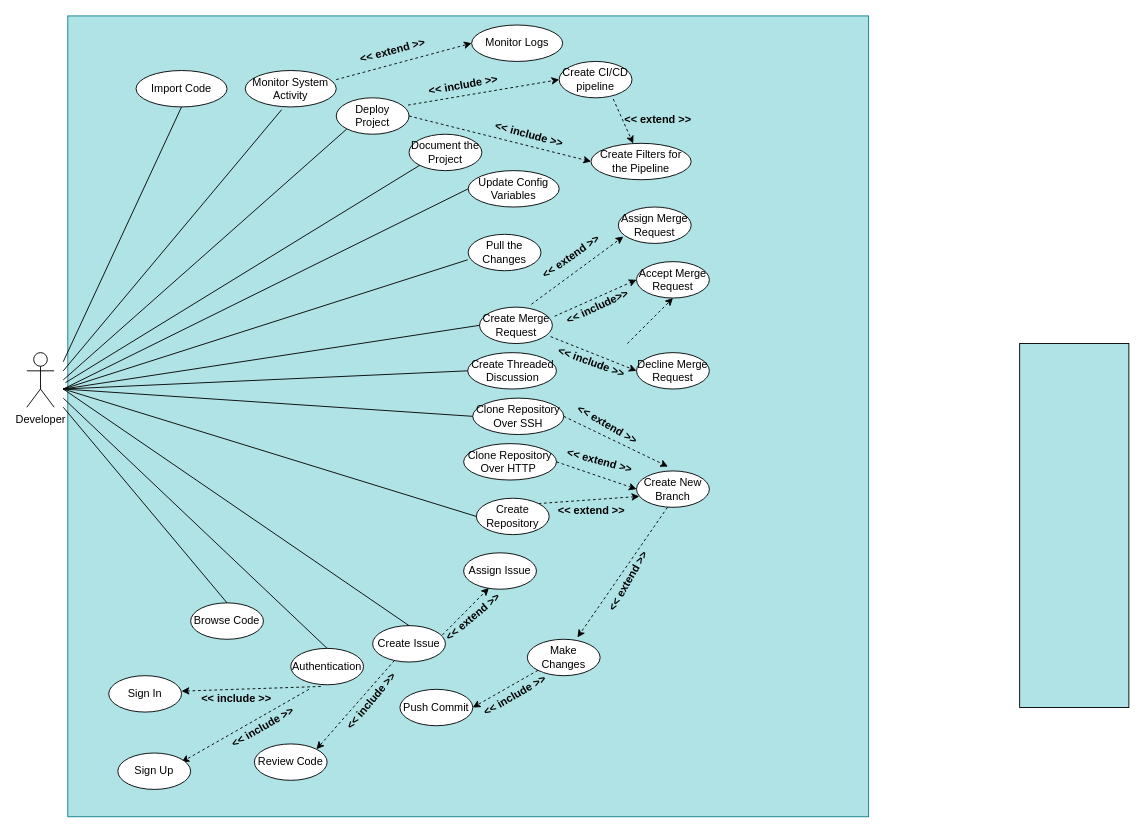
NasuhDincer/Lab keeps this draw.io diagram as Başlıksız Diyagram.drawio. Above is the earlier version. Source tidied: cells renumbered, new cells numbered last; positions are measured from the earlier drawing's top-left corner, leaving out a move shared by most shapes. Both pictures are drawn from the tidied source at 91%, with x=0, y=0 at pixel (26, 15).
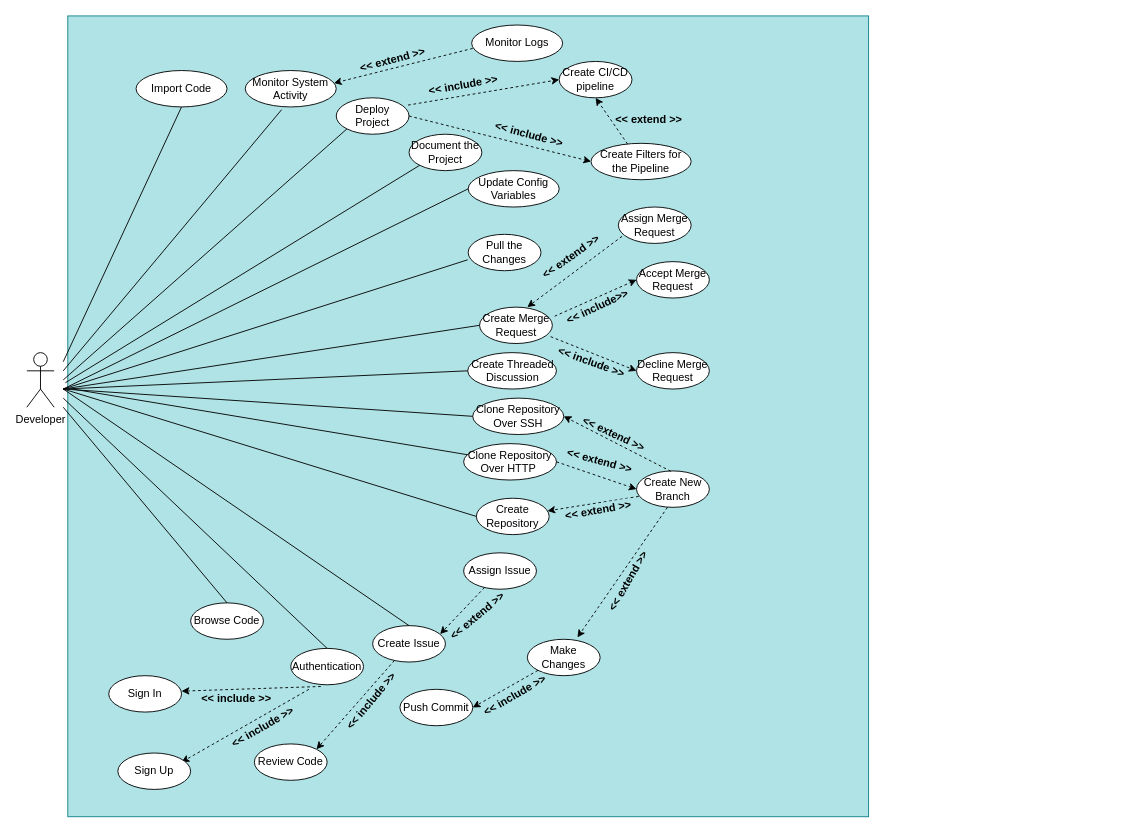
The same diagram, later.

The change refers to these unchanged cells:
```xml
<mxCell id="6" value="Create Repository" style="ellipse;whiteSpace=wrap;html=1;" parent="1" vertex="1">
  <mxGeometry x="494" y="530" width="80" height="40" as="geometry" />
</mxCell>
<mxCell id="10" value="Create New Branch" style="ellipse;whiteSpace=wrap;html=1;" parent="1" vertex="1">
  <mxGeometry x="670" y="500" width="80" height="40" as="geometry" />
</mxCell>
<mxCell id="12" value="Assign Merge Request" style="ellipse;whiteSpace=wrap;html=1;" parent="1" vertex="1">
  <mxGeometry x="650" y="210" width="80" height="40" as="geometry" />
</mxCell>
<mxCell id="13" value="Monitor System Activity" style="ellipse;whiteSpace=wrap;html=1;" parent="1" vertex="1">
  <mxGeometry x="240" y="60" width="100" height="40" as="geometry" />
</mxCell>
<mxCell id="15" value="Create Merge Request" style="ellipse;whiteSpace=wrap;html=1;" parent="1" vertex="1">
  <mxGeometry x="497.5" y="320" width="80" height="40" as="geometry" />
</mxCell>
<mxCell id="16" value="Create Issue" style="ellipse;whiteSpace=wrap;html=1;" parent="1" vertex="1">
  <mxGeometry x="380" y="670" width="80" height="40" as="geometry" />
</mxCell>
<mxCell id="17" value="Assign Issue" style="ellipse;whiteSpace=wrap;html=1;" parent="1" vertex="1">
  <mxGeometry x="480" y="590" width="80" height="40" as="geometry" />
</mxCell>
<mxCell id="18" value="Clone Repository Over SSH" style="ellipse;whiteSpace=wrap;html=1;" parent="1" vertex="1">
  <mxGeometry x="490" y="420" width="100" height="40" as="geometry" />
</mxCell>
<mxCell id="21" value="Create CI/CD pipeline" style="ellipse;whiteSpace=wrap;html=1;" parent="1" vertex="1">
  <mxGeometry x="585" y="50" width="80" height="40" as="geometry" />
</mxCell>
<mxCell id="41" value="Clone Repository Over HTTP&amp;nbsp;" style="ellipse;whiteSpace=wrap;html=1;" parent="1" vertex="1">
  <mxGeometry x="480" y="470" width="102" height="40" as="geometry" />
</mxCell>
<mxCell id="66" value="Create Filters for the Pipeline" style="ellipse;whiteSpace=wrap;html=1;" parent="1" vertex="1">
  <mxGeometry x="620" y="140" width="110" height="40" as="geometry" />
</mxCell>
<mxCell id="72" value="Monitor Logs" style="ellipse;whiteSpace=wrap;html=1;" parent="1" vertex="1">
  <mxGeometry x="488.8" y="10" width="100" height="40" as="geometry" />
</mxCell>
```

The edit, as a diff of the source:
```diff
@@
-    <mxCell id="5" style="rounded=0;jettySize=auto;html=1;exitX=1;exitY=0;exitDx=0;exitDy=0;entryX=0.038;entryY=0.7;entryDx=0;entryDy=0;dashed=1;entryPerimeter=0;" parent="1" edge="1" source="6" target="10">
+    <mxCell id="5" style="rounded=0;jettySize=auto;html=1;exitX=0.03;exitY=0.7;exitDx=0;exitDy=0;dashed=1;exitPerimeter=0;" parent="1" edge="1" source="10" target="6">
       <mxGeometry relative="1" as="geometry" />
     </mxCell>
@@
     <mxCell id="40" value="&lt;span style=&quot;color: rgb(0, 0, 0); font-family: Helvetica; font-size: 12px; font-style: normal; font-variant-ligatures: normal; font-variant-caps: normal; letter-spacing: normal; orphans: 2; text-align: center; text-indent: 0px; text-transform: none; widows: 2; word-spacing: 0px; -webkit-text-stroke-width: 0px; text-decoration-thickness: initial; text-decoration-style: initial; text-decoration-color: initial; float: none; background-color: rgb(176, 227, 230); display: inline !important;&quot;&gt;&lt;b&gt;&amp;lt;&amp;lt; extend &amp;gt;&amp;gt;&lt;/b&gt;&lt;/span&gt;" style="text;whiteSpace=wrap;html=1;rotation=15;" parent="1" vertex="1">
-      <mxGeometry x="588.8" y="480" width="112.5" height="40" as="geometry" />
+      <mxGeometry x="591.9" y="476.3" width="81.2" height="20" as="geometry" />
     </mxCell>
@@
-    <mxCell id="43" value="&lt;span style=&quot;color: rgb(0, 0, 0); font-family: Helvetica; font-size: 12px; font-style: normal; font-variant-ligatures: normal; font-variant-caps: normal; letter-spacing: normal; orphans: 2; text-align: center; text-indent: 0px; text-transform: none; widows: 2; word-spacing: 0px; -webkit-text-stroke-width: 0px; text-decoration-thickness: initial; text-decoration-style: initial; text-decoration-color: initial; float: none; background-color: rgb(176, 227, 230); display: inline !important;&quot;&gt;&lt;b&gt;&amp;lt;&amp;lt; extend &amp;gt;&amp;gt;&lt;/b&gt;&lt;/span&gt;" style="text;whiteSpace=wrap;html=1;rotation=0;" parent="1" vertex="1">
-      <mxGeometry x="582" y="530" width="100" height="40" as="geometry" />
+    <mxCell id="43" value="&lt;span style=&quot;color: rgb(0, 0, 0); font-family: Helvetica; font-size: 12px; font-style: normal; font-variant-ligatures: normal; font-variant-caps: normal; letter-spacing: normal; orphans: 2; text-align: center; text-indent: 0px; text-transform: none; widows: 2; word-spacing: 0px; -webkit-text-stroke-width: 0px; text-decoration-thickness: initial; text-decoration-style: initial; text-decoration-color: initial; float: none; background-color: rgb(176, 227, 230); display: inline !important;&quot;&gt;&lt;b&gt;&amp;lt;&amp;lt; extend &amp;gt;&amp;gt;&lt;/b&gt;&lt;/span&gt;" style="text;whiteSpace=wrap;html=1;rotation=-10;" parent="1" vertex="1">
+      <mxGeometry x="588.5" y="530" width="78" height="20" as="geometry" />
     </mxCell>
@@
-    <mxCell id="50" style="endArrow=classic;html=1;rounded=0;entryX=1;entryY=0;entryDx=0;entryDy=0;exitX=1;exitY=0.5;exitDx=0;exitDy=0;dashed=1;" parent="1" edge="1" source="18" target="40">
-      <mxGeometry relative="1" as="geometry" />
-    </mxCell>
-    <mxCell id="51" value="&lt;span style=&quot;color: rgb(0, 0, 0); font-family: Helvetica; font-size: 12px; font-style: normal; font-variant-ligatures: normal; font-variant-caps: normal; letter-spacing: normal; orphans: 2; text-align: center; text-indent: 0px; text-transform: none; widows: 2; word-spacing: 0px; -webkit-text-stroke-width: 0px; text-decoration-thickness: initial; text-decoration-style: initial; text-decoration-color: initial; float: none; display: inline !important;&quot;&gt;&lt;b style=&quot;&quot;&gt;&amp;lt;&amp;lt; extend &amp;gt;&amp;gt;&lt;/b&gt;&lt;/span&gt;" style="text;whiteSpace=wrap;html=1;rotation=30;" parent="1" vertex="1">
-      <mxGeometry x="595" y="440" width="100" height="40" as="geometry" />
+    <mxCell id="51" value="&lt;span style=&quot;color: rgb(0, 0, 0); font-family: Helvetica; font-size: 12px; font-style: normal; font-variant-ligatures: normal; font-variant-caps: normal; letter-spacing: normal; orphans: 2; text-align: center; text-indent: 0px; text-transform: none; widows: 2; word-spacing: 0px; -webkit-text-stroke-width: 0px; text-decoration-thickness: initial; text-decoration-style: initial; text-decoration-color: initial; float: none; display: inline !important;&quot;&gt;&lt;b style=&quot;&quot;&gt;&amp;lt;&amp;lt; extend &amp;gt;&amp;gt;&lt;/b&gt;&lt;/span&gt;" style="text;whiteSpace=wrap;html=1;rotation=25;" parent="1" vertex="1">
+      <mxGeometry x="607.5" y="450" width="95" height="20" as="geometry" />
     </mxCell>
@@
-    <mxCell id="60" style="endArrow=classic;html=1;rounded=0;dashed=1;entryX=0.347;entryY=0.964;entryDx=0;entryDy=0;entryPerimeter=0;exitX=0.958;exitY=0.256;exitDx=0;exitDy=0;exitPerimeter=0;" parent="1" edge="1" source="16" target="17">
+    <mxCell id="60" style="endArrow=classic;html=1;rounded=0;dashed=1;entryX=0.927;entryY=0.233;entryDx=0;entryDy=0;entryPerimeter=0;" parent="1" edge="1" source="17" target="16">
       <mxGeometry relative="1" as="geometry" />
     </mxCell>
     <mxCell id="61" value="&lt;b style=&quot;color: rgb(0, 0, 0); font-family: Helvetica; font-size: 12px; font-style: normal; font-variant-ligatures: normal; font-variant-caps: normal; letter-spacing: normal; orphans: 2; text-align: center; text-indent: 0px; text-transform: none; widows: 2; word-spacing: 0px; -webkit-text-stroke-width: 0px; text-decoration-thickness: initial; text-decoration-style: initial; text-decoration-color: initial;&quot;&gt;&amp;lt;&amp;lt; extend &amp;gt;&amp;gt;&lt;/b&gt;" style="text;whiteSpace=wrap;html=1;rotation=-40;" parent="1" vertex="1">
-      <mxGeometry x="450" y="635.5" width="110" height="34.5" as="geometry" />
+      <mxGeometry x="455" y="645.5" width="80" height="24.5" as="geometry" />
     </mxCell>
-    <mxCell id="62" style="endArrow=classic;html=1;rounded=0;dashed=1;exitX=0.712;exitY=-0.078;exitDx=0;exitDy=0;entryX=0.069;entryY=0.811;entryDx=0;entryDy=0;entryPerimeter=0;exitPerimeter=0;" parent="1" edge="1" source="15" target="12">
+    <mxCell id="62" style="endArrow=classic;html=1;rounded=0;dashed=1;exitX=0.051;exitY=0.805;exitDx=0;exitDy=0;exitPerimeter=0;entryX=0.656;entryY=0;entryDx=0;entryDy=0;entryPerimeter=0;" parent="1" edge="1" source="12" target="15">
       <mxGeometry relative="1" as="geometry" />
     </mxCell>
     <mxCell id="63" value="&lt;b style=&quot;color: rgb(0, 0, 0); font-family: Helvetica; font-size: 12px; font-style: normal; font-variant-ligatures: normal; font-variant-caps: normal; letter-spacing: normal; orphans: 2; text-align: center; text-indent: 0px; text-transform: none; widows: 2; word-spacing: 0px; -webkit-text-stroke-width: 0px; text-decoration-thickness: initial; text-decoration-style: initial; text-decoration-color: initial;&quot;&gt;&amp;lt;&amp;lt; extend &amp;gt;&amp;gt;&lt;/b&gt;" style="text;whiteSpace=wrap;html=1;rotation=-35;" parent="1" vertex="1">
-      <mxGeometry x="560" y="240" width="110" height="40" as="geometry" />
+      <mxGeometry x="557" y="250.4" width="80" height="20" as="geometry" />
     </mxCell>
@@
-    <mxCell id="68" style="endArrow=classic;html=1;rounded=0;dashed=1;exitX=0.743;exitY=1.033;exitDx=0;exitDy=0;exitPerimeter=0;" parent="1" edge="1" source="21" target="66">
+    <mxCell id="68" style="endArrow=classic;html=1;rounded=0;dashed=1;exitX=0.365;exitY=0.02;exitDx=0;exitDy=0;exitPerimeter=0;entryX=0.5;entryY=1;entryDx=0;entryDy=0;" parent="1" edge="1" source="66" target="21">
       <mxGeometry relative="1" as="geometry" />
     </mxCell>
@@
     <mxCell id="70" value="&lt;b style=&quot;color: rgb(0, 0, 0); font-family: Helvetica; font-size: 12px; font-style: normal; font-variant-ligatures: normal; font-variant-caps: normal; letter-spacing: normal; orphans: 2; text-indent: 0px; text-transform: none; widows: 2; word-spacing: 0px; -webkit-text-stroke-width: 0px; text-decoration-thickness: initial; text-decoration-style: initial; text-decoration-color: initial; text-align: center;&quot;&gt;&amp;lt;&amp;lt; extend &amp;gt;&amp;gt;&lt;/b&gt;" style="text;whiteSpace=wrap;html=1;rotation=0;" parent="1" vertex="1">
-      <mxGeometry x="655" y="100" width="110" height="40" as="geometry" />
+      <mxGeometry x="645" y="100" width="85" height="20" as="geometry" />
     </mxCell>
-    <mxCell id="71" style="rounded=0;whiteSpace=wrap;html=1;labelBackgroundColor=none;fillColor=#B0E3E6;" parent="1" vertex="1">
-      <mxGeometry x="1091" y="360" width="120" height="400" as="geometry" />
-    </mxCell>
@@
-    <mxCell id="73" style="endArrow=classic;html=1;rounded=0;dashed=1;" parent="1" edge="1">
-      <mxGeometry relative="1" as="geometry">
-        <mxPoint x="660" y="360" as="sourcePoint" />
-        <mxPoint x="710" y="310" as="targetPoint" />
-      </mxGeometry>
-    </mxCell>
-    <mxCell id="74" style="endArrow=classic;html=1;rounded=0;dashed=1;exitX=1;exitY=0.25;exitDx=0;exitDy=0;entryX=0;entryY=0.5;entryDx=0;entryDy=0;exitPerimeter=0;" parent="1" edge="1" source="13" target="72">
+    <mxCell id="74" style="endArrow=classic;html=1;rounded=0;dashed=1;exitX=0.012;exitY=0.642;exitDx=0;exitDy=0;entryX=0.974;entryY=0.346;entryDx=0;entryDy=0;exitPerimeter=0;entryPerimeter=0;" parent="1" edge="1" source="72" target="13">
       <mxGeometry relative="1" as="geometry" />
     </mxCell>
     <mxCell id="75" value="&lt;b style=&quot;color: rgb(0, 0, 0); font-family: Helvetica; font-size: 12px; font-style: normal; font-variant-ligatures: normal; font-variant-caps: normal; letter-spacing: normal; orphans: 2; text-indent: 0px; text-transform: none; widows: 2; word-spacing: 0px; -webkit-text-stroke-width: 0px; text-decoration-thickness: initial; text-decoration-style: initial; text-decoration-color: initial; text-align: center;&quot;&gt;&amp;lt;&amp;lt; extend &amp;gt;&amp;gt;&lt;/b&gt;" style="text;whiteSpace=wrap;html=1;rotation=-15;" parent="1" vertex="1">
-      <mxGeometry x="365" y="20" width="110" height="40" as="geometry" />
+      <mxGeometry x="362.8" y="33.6" width="85" height="20" as="geometry" />
     </mxCell>
@@
+    <mxCell id="78" style="endArrow=none;html=1;rounded=0;" parent="1" edge="1" target="41">
+      <mxGeometry relative="1" as="geometry">
+        <mxPoint x="50" y="410" as="sourcePoint" />
+      </mxGeometry>
+    </mxCell>
+    <mxCell id="79" style="endArrow=classic;html=1;rounded=0;entryX=1;entryY=0.5;entryDx=0;entryDy=0;exitX=0.471;exitY=0.01;exitDx=0;exitDy=0;exitPerimeter=0;dashed=1;" parent="1" edge="1" source="10" target="18">
+      <mxGeometry relative="1" as="geometry" />
+    </mxCell>
```
